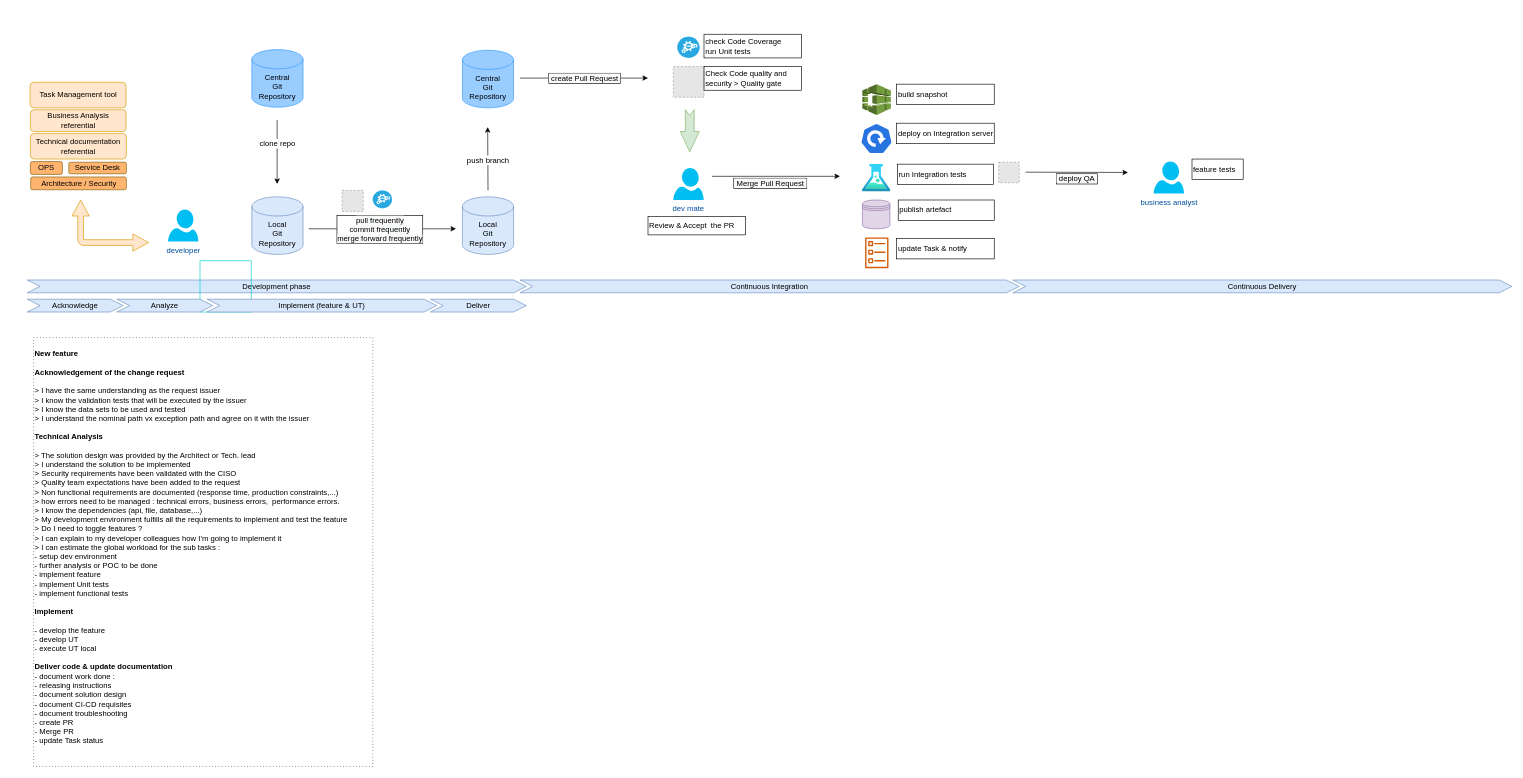
Before: global_diagram.drawio in piglab/azuredevopsKT, a draw.io diagram. Source tidied: cells renumbered, new cells numbered last; positions are measured from the earlier drawing's top-left corner, leaving out a move shared by most shapes. Both pictures are drawn from the tidied source at 64%, with x=0, y=0 at pixel (27, 34). Pictures stored in the file or linked from it are replaced by grey dashed boxes.
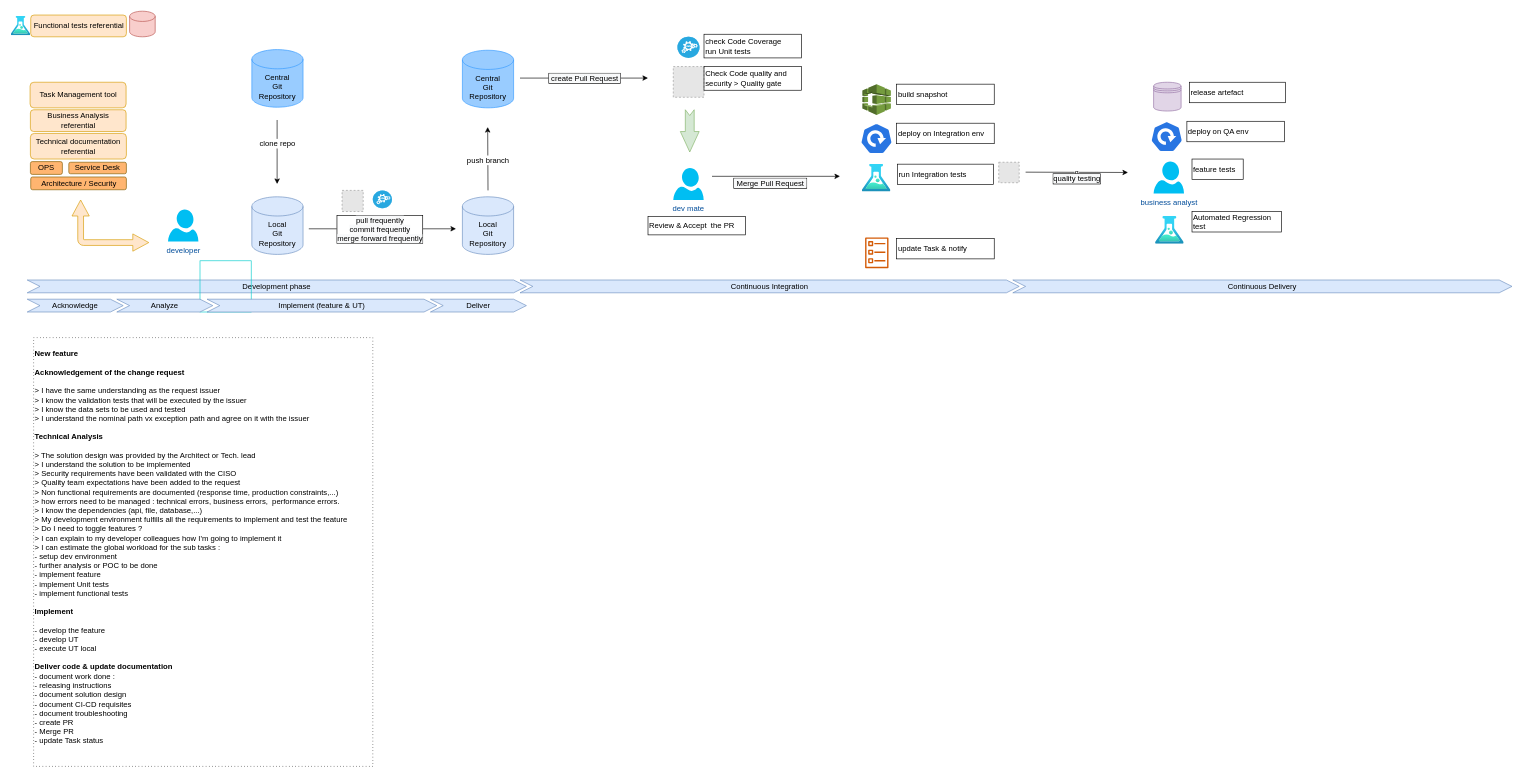
The same page after the edit.

Diff of the diagram source:
```diff
@@
-    <mxCell id="44" value="deploy on Integration server" style="text;html=1;strokeColor=default;fillColor=none;align=left;verticalAlign=middle;whiteSpace=wrap;rounded=0;fontSize=12;fontColor=#000000;" parent="1" vertex="1">
+    <mxCell id="44" value="deploy on Integration env" style="text;html=1;strokeColor=default;fillColor=none;align=left;verticalAlign=middle;whiteSpace=wrap;rounded=0;fontSize=12;fontColor=#000000;" parent="1" vertex="1">
       <mxGeometry x="1358.5" y="139" width="152.5" height="32" as="geometry" />
     </mxCell>
@@
     <mxCell id="49" style="shape=datastore;whiteSpace=wrap;html=1;labelBorderColor=default;fontSize=12;strokeColor=#9673a6;fillColor=#e1d5e7;" parent="1" vertex="1">
-      <mxGeometry x="1305" y="259" width="43" height="45" as="geometry" />
+      <mxGeometry x="1760" y="75" width="43" height="45" as="geometry" />
     </mxCell>
-    <mxCell id="50" value="publish artefact" style="text;html=1;strokeColor=default;fillColor=none;align=left;verticalAlign=middle;whiteSpace=wrap;rounded=0;fontSize=12;fontColor=#000000;" parent="1" vertex="1">
-      <mxGeometry x="1361" y="259" width="150" height="32" as="geometry" />
+    <mxCell id="50" value="release artefact" style="text;html=1;strokeColor=default;fillColor=none;align=left;verticalAlign=middle;whiteSpace=wrap;rounded=0;fontSize=12;fontColor=#000000;" parent="1" vertex="1">
+      <mxGeometry x="1816" y="75" width="150" height="32" as="geometry" />
     </mxCell>
@@
-    <mxCell id="52" style="endArrow=classic;html=1;rounded=0;" parent="1" edge="1">
+    <mxCell id="52" value="g" style="endArrow=classic;html=1;rounded=0;" parent="1" edge="1">
       <mxGeometry relative="1" as="geometry">
         <mxPoint x="1560" y="215.5" as="sourcePoint" />
         <mxPoint x="1720" y="216" as="targetPoint" />
       </mxGeometry>
     </mxCell>
-    <mxCell id="53" value="&lt;div style=&quot;text-align: left&quot;&gt;&lt;span style=&quot;background-color: rgb(248 , 249 , 250)&quot;&gt;&amp;nbsp;deploy QA&amp;nbsp;&lt;/span&gt;&lt;/div&gt;" style="edgeLabel;html=1;align=center;verticalAlign=middle;fontSize=12;labelBorderColor=default;" parent="52" vertex="1">
+    <mxCell id="53" value="&lt;div style=&quot;text-align: left&quot;&gt;&lt;span style=&quot;background-color: rgb(248 , 249 , 250)&quot;&gt;quality testing&lt;/span&gt;&lt;/div&gt;" style="edgeLabel;html=1;align=center;verticalAlign=middle;fontSize=12;labelBorderColor=default;" parent="52" vertex="1">
       <mxGeometry x="-0.28" relative="1" as="geometry">
         <mxPoint x="22" y="10" as="offset" />
       </mxGeometry>
     </mxCell>
@@
+    <mxCell id="57" style="sketch=0;html=1;dashed=0;whitespace=wrap;fillColor=#2875E2;strokeColor=#ffffff;shape=mxgraph.kubernetes.icon;prIcon=deploy;labelBorderColor=default;fontSize=12;fontColor=#000000;" parent="1" vertex="1">
+      <mxGeometry x="1755.5" y="136" width="50" height="48" as="geometry" />
+    </mxCell>
+    <mxCell id="58" value="deploy on QA env" style="text;html=1;strokeColor=default;fillColor=none;align=left;verticalAlign=middle;whiteSpace=wrap;rounded=0;fontSize=12;fontColor=#000000;" parent="1" vertex="1">
+      <mxGeometry x="1812" y="136" width="152.5" height="32" as="geometry" />
+    </mxCell>
+    <mxCell id="59" value="Automated Regression test" style="text;html=1;strokeColor=default;fillColor=none;align=left;verticalAlign=middle;whiteSpace=wrap;rounded=0;fontSize=12;fontColor=#000000;" parent="1" vertex="1">
+      <mxGeometry x="1820" y="277" width="140" height="32" as="geometry" />
+    </mxCell>
+    <mxCell id="60" style="html=1;align=center;image;fontSize=12;image=img/lib/azure2/general/Load_Test.svg;labelBorderColor=default;fontColor=#000000;strokeColor=default;fillColor=#FFB570;" parent="1" vertex="1">
+      <mxGeometry x="1762.8" y="284.5" width="44.7" height="43.4" as="geometry" />
+    </mxCell>
+    <mxCell id="61" value="Functional tests referential" style="rounded=1;whiteSpace=wrap;html=1;fillColor=#ffe6cc;strokeColor=#d79b00;" parent="1" vertex="1">
+      <mxGeometry x="5.5" y="-30" width="149.5" height="34" as="geometry" />
+    </mxCell>
+    <mxCell id="62" style="html=1;align=center;image;fontSize=12;image=img/lib/azure2/general/Load_Test.svg;labelBorderColor=default;fontColor=#000000;strokeColor=default;fillColor=#FFB570;" parent="1" vertex="1">
+      <mxGeometry x="-25.4" y="-28" width="30.9" height="30" as="geometry" />
+    </mxCell>
+    <mxCell id="63" style="shape=cylinder3;whiteSpace=wrap;html=1;boundedLbl=1;backgroundOutline=1;size=8;fillColor=#f8cecc;strokeColor=#b85450;" parent="1" vertex="1">
+      <mxGeometry x="160" y="-36" width="40" height="40" as="geometry" />
+    </mxCell>
```
